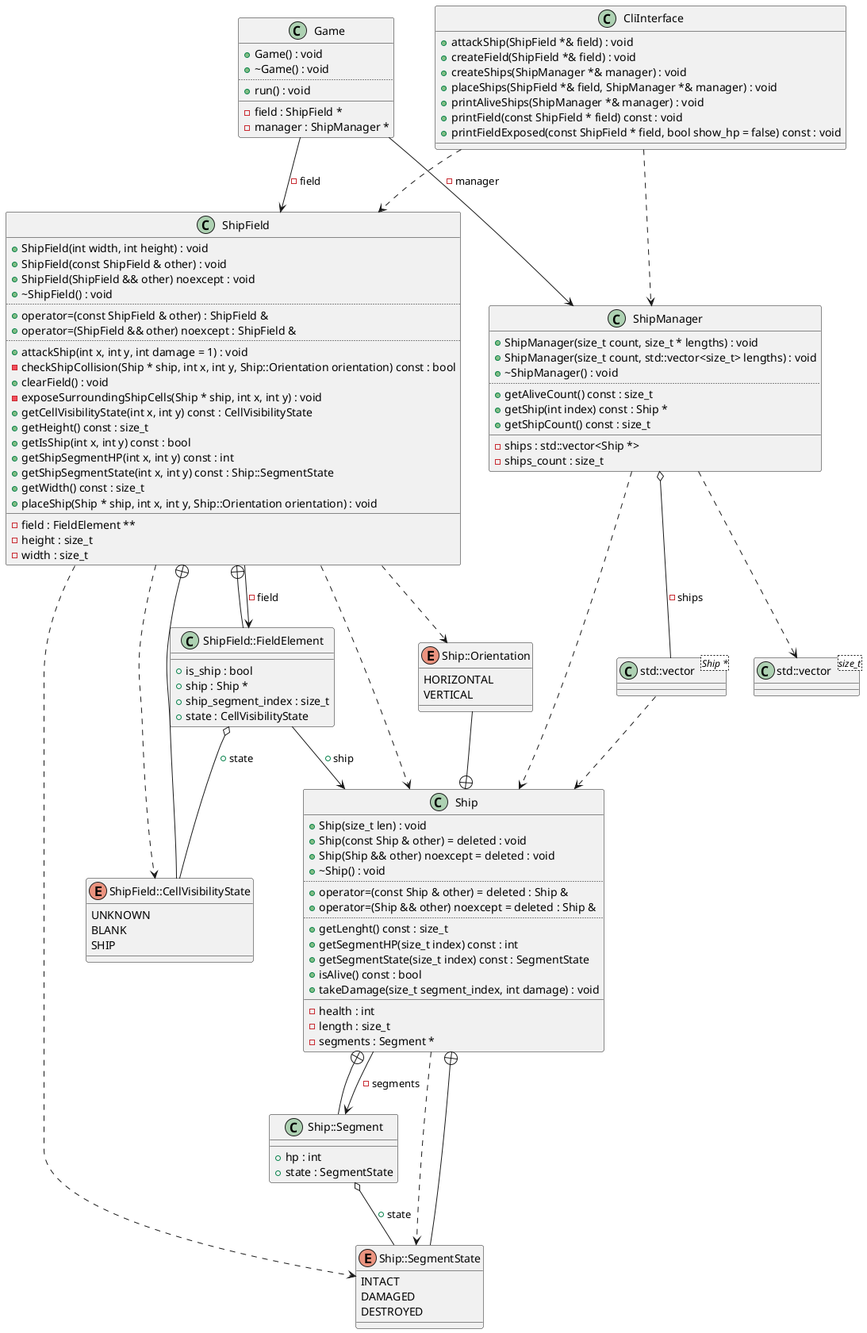
The PlantUML diagram diagrams/Game.png in Rennelv/ships, before a commit.
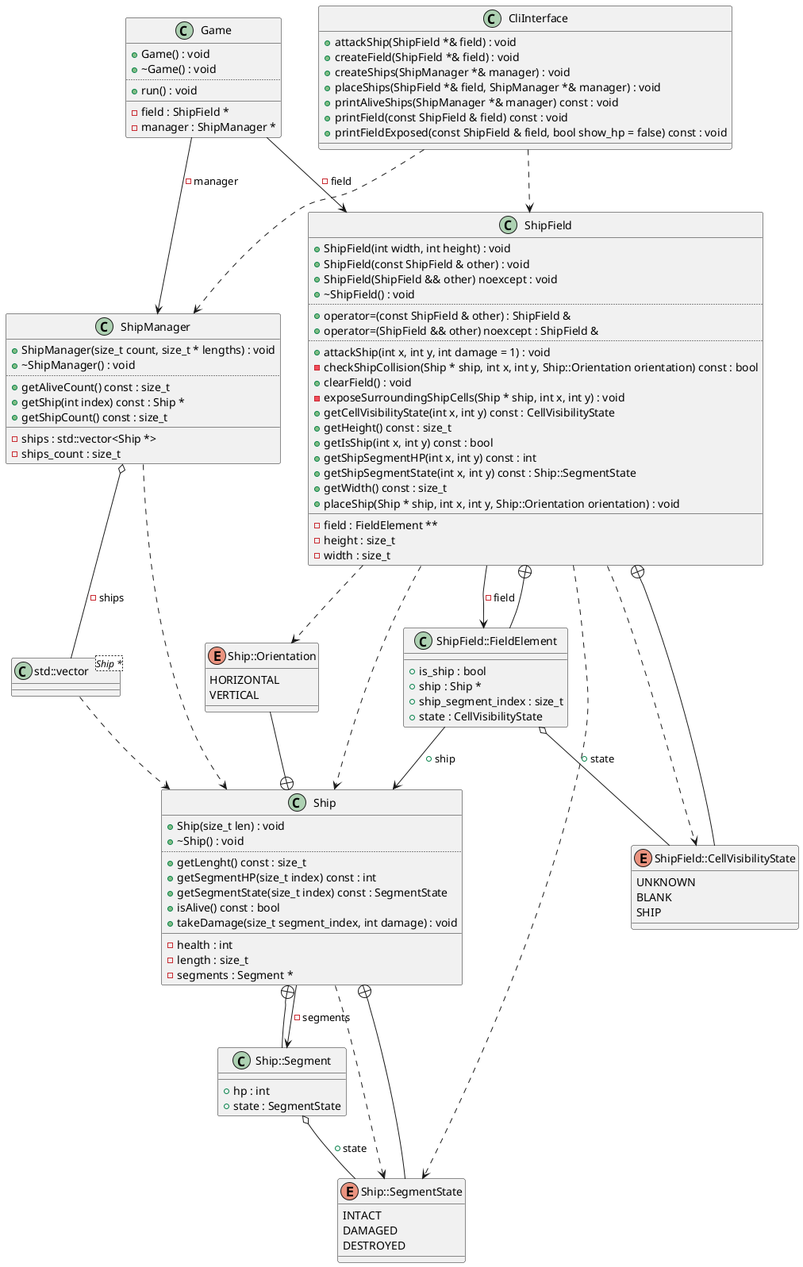
After the commit.

Change to the diagram source:
```diff
@@ -1,8 +1,4 @@
 @startuml
-class "std::vector<size_t>" as C_0009048762651940375792
-class C_0009048762651940375792 {
-__
-}
 class "std::vector<Ship *>" as C_0007462257846685508834
 class C_0007462257846685508834 {
 __
@@ -10,12 +6,7 @@
 class "Ship" as C_0014529657433315016423
 class C_0014529657433315016423 {
 +Ship(size_t len) : void
-+Ship(const Ship & other) = deleted : void
-+Ship(Ship && other) noexcept = deleted : void
 +~Ship() : void
-..
-+operator=(const Ship & other) = deleted : Ship &
-+operator=(Ship && other) noexcept = deleted : Ship &
 ..
 +getLenght() const : size_t
 +getSegmentHP(size_t index) const : int
@@ -87,7 +78,6 @@
 class "ShipManager" as C_0017499122254539489506
 class C_0017499122254539489506 {
 +ShipManager(size_t count, size_t * lengths) : void
-+ShipManager(size_t count, std::vector<size_t> lengths) : void
 +~ShipManager() : void
 ..
 +getAliveCount() const : size_t
@@ -113,9 +103,9 @@
 +createField(ShipField *& field) : void
 +createShips(ShipManager *& manager) : void
 +placeShips(ShipField *& field, ShipManager *& manager) : void
-+printAliveShips(ShipManager *& manager) : void
-+printField(const ShipField * field) const : void
-+printFieldExposed(const ShipField * field, bool show_hp = false) const : void
++printAliveShips(ShipManager *& manager) const : void
++printField(const ShipField & field) const : void
++printFieldExposed(const ShipField & field, bool show_hp = false) const : void
 __
 }
 C_0007462257846685508834 ..> C_0014529657433315016423
@@ -134,7 +124,6 @@
 C_0000316359785794417378 --+ C_0003843296779074973901
 C_0000316359785794417378 o-- C_0014337503322603405869 : +state
 C_0000316359785794417378 --> C_0014529657433315016423 : +ship
-C_0017499122254539489506 ..> C_0009048762651940375792
 C_0017499122254539489506 ..> C_0014529657433315016423
 C_0017499122254539489506 o-- C_0007462257846685508834 : -ships
 C_0017470460303031448044 --> C_0003843296779074973901 : -field
```
